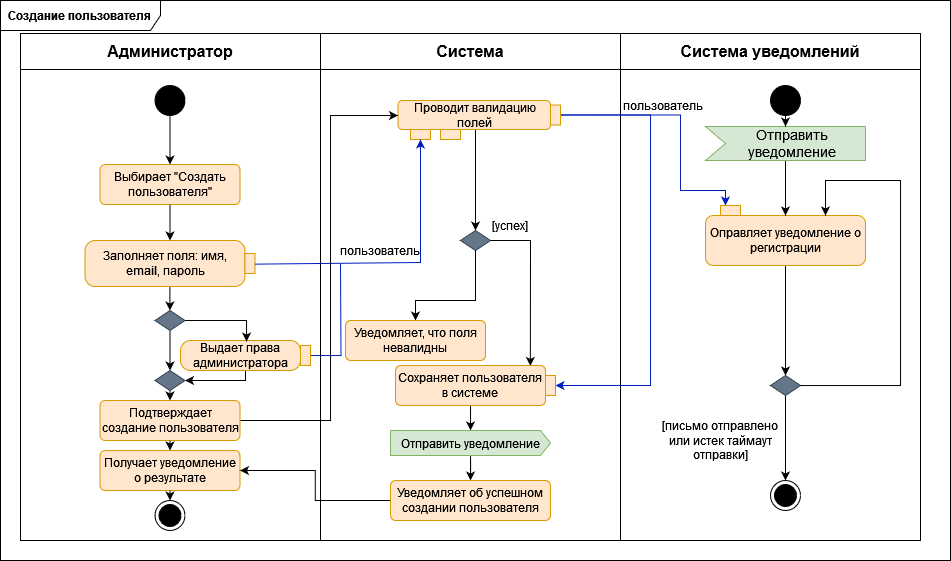
Above: docs/activity_diagrams/create_user.png in aVorotnikov/thunder_board (draw.io), before the change. Source tidied: cells renumbered, new cells last; positions are measured from the earlier drawing's top-left corner, leaving out a move shared by most shapes.
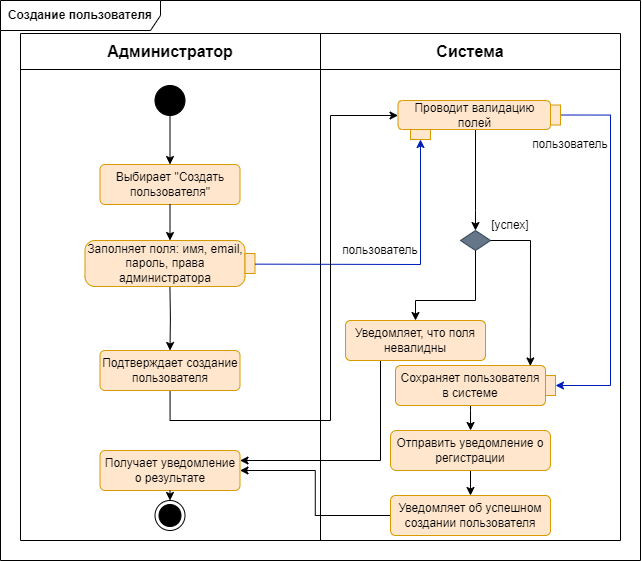
After the change.

Change to the diagram source:
```diff
@@ -3,13 +3,13 @@
     <mxCell id="0" />
     <mxCell id="1" parent="0" />
     <mxCell id="2" value="&lt;b&gt;Создание пользователя&lt;br&gt;&lt;/b&gt;" style="shape=umlFrame;whiteSpace=wrap;html=1;width=160;" parent="1" vertex="1">
-      <mxGeometry width="950" height="560" as="geometry" />
+      <mxGeometry width="640" height="560" as="geometry" />
     </mxCell>
     <mxCell id="3" style="shape=table;startSize=0;fontSize=16;" parent="2" vertex="1">
-      <mxGeometry x="20" y="33" width="900" height="507" as="geometry" />
+      <mxGeometry x="20" y="33" width="600" height="507" as="geometry" />
     </mxCell>
     <mxCell id="4" style="shape=tableRow;horizontal=0;startSize=0;swimlaneHead=0;swimlaneBody=0;strokeColor=inherit;top=0;left=0;bottom=0;right=0;fillColor=none;fontSize=16;" parent="3" vertex="1">
-      <mxGeometry width="900" height="36" as="geometry" />
+      <mxGeometry width="600" height="36" as="geometry" />
     </mxCell>
     <mxCell id="5" value="&lt;b&gt;Администратор&lt;/b&gt;" style="shape=partialRectangle;html=1;whiteSpace=wrap;strokeColor=inherit;overflow=hidden;fillColor=none;top=0;left=0;bottom=0;right=0;fontSize=16;" parent="4" vertex="1">
       <mxGeometry width="300" height="36" as="geometry" />
@@ -17,11 +17,8 @@
     <mxCell id="6" value="&lt;b&gt;Система&lt;/b&gt;" style="shape=partialRectangle;html=1;whiteSpace=wrap;strokeColor=inherit;overflow=hidden;fillColor=none;top=0;left=0;bottom=0;right=0;fontSize=16;" parent="4" vertex="1">
       <mxGeometry x="300" width="300" height="36" as="geometry" />
     </mxCell>
-    <mxCell id="7" value="&lt;b&gt;Система уведомлений&lt;/b&gt;" style="shape=partialRectangle;html=1;whiteSpace=wrap;strokeColor=inherit;overflow=hidden;fillColor=none;top=0;left=0;bottom=0;right=0;fontSize=16;" parent="4" vertex="1">
-      <mxGeometry x="600" width="300" height="36" as="geometry" />
-    </mxCell>
     <mxCell id="8" style="shape=tableRow;horizontal=0;startSize=0;swimlaneHead=0;swimlaneBody=0;strokeColor=inherit;top=0;left=0;bottom=0;right=0;fillColor=none;fontSize=16;" parent="3" vertex="1">
-      <mxGeometry y="36" width="900" height="471" as="geometry" />
+      <mxGeometry y="36" width="600" height="471" as="geometry" />
     </mxCell>
     <mxCell id="9" style="shape=partialRectangle;html=1;whiteSpace=wrap;strokeColor=inherit;overflow=hidden;fillColor=none;top=0;left=0;bottom=0;right=0;fontSize=16;" parent="8" vertex="1">
       <mxGeometry width="300" height="471" as="geometry" />
@@ -29,26 +26,18 @@
     <mxCell id="10" style="shape=partialRectangle;html=1;whiteSpace=wrap;strokeColor=inherit;overflow=hidden;fillColor=none;top=0;left=0;bottom=0;right=0;fontSize=16;" parent="8" vertex="1">
       <mxGeometry x="300" width="300" height="471" as="geometry" />
     </mxCell>
-    <mxCell id="11" style="shape=partialRectangle;html=1;whiteSpace=wrap;strokeColor=inherit;overflow=hidden;fillColor=none;top=0;left=0;bottom=0;right=0;fontSize=16;" parent="8" vertex="1">
-      <mxGeometry x="600" width="300" height="471" as="geometry" />
-    </mxCell>
     <mxCell id="12" style="ellipse;fillColor=strokeColor;html=1;" parent="2" vertex="1">
       <mxGeometry x="154.5" y="85" width="30" height="30" as="geometry" />
     </mxCell>
     <mxCell id="13" style="ellipse;html=1;shape=endState;fillColor=strokeColor;" parent="2" vertex="1">
       <mxGeometry x="154.5" y="500" width="30" height="30" as="geometry" />
     </mxCell>
-    <mxCell id="14" style="edgeStyle=orthogonalEdgeStyle;rounded=0;orthogonalLoop=1;jettySize=auto;html=1;" parent="2" edge="1">
+    <mxCell id="14" style="edgeStyle=orthogonalEdgeStyle;rounded=0;jettySize=auto;html=1;entryX=0.5;entryY=0;entryDx=0;entryDy=0;" parent="2" edge="1" target="57">
       <mxGeometry relative="1" as="geometry">
         <mxPoint x="169.4" y="284.2" as="sourcePoint" />
-        <mxPoint x="169.4" y="310" as="targetPoint" />
-        <Array as="points">
-          <mxPoint x="169.4" y="289.7" />
-          <mxPoint x="169.4" y="289.7" />
-        </Array>
       </mxGeometry>
     </mxCell>
-    <mxCell id="15" value="Заполняет поля: имя, email, пароль" style="shape=mxgraph.uml25.action;html=1;align=center;verticalAlign=middle;absoluteArcSize=1;arcSize=10;dashed=0;spacingRight=10;whiteSpace=wrap;fillColor=#ffe6cc;strokeColor=#d79b00;" parent="2" vertex="1">
+    <mxCell id="15" value="Заполняет поля: имя, email, пароль, права администратора" style="shape=mxgraph.uml25.action;html=1;align=center;verticalAlign=middle;absoluteArcSize=1;arcSize=10;dashed=0;spacingRight=10;whiteSpace=wrap;fillColor=#ffe6cc;strokeColor=#d79b00;" parent="2" vertex="1">
       <mxGeometry x="84.5" y="240" width="170" height="46" as="geometry" />
     </mxCell>
     <mxCell id="16" style="edgeStyle=orthogonalEdgeStyle;rounded=0;jettySize=auto;html=1;entryX=0.5;entryY=0;entryDx=0;entryDy=0;" parent="2" edge="1" source="17" target="23">
@@ -68,25 +57,20 @@
     <mxCell id="19" style="endArrow=classic;html=1;rounded=0;entryX=0.5;entryY=1;entryDx=0;entryDy=0;exitX=1;exitY=0.514;exitDx=0;exitDy=0;exitPerimeter=0;fillColor=#0050ef;strokeColor=#001DBC;" parent="2" edge="1" source="15" target="18">
       <mxGeometry relative="1" as="geometry">
         <Array as="points">
-          <mxPoint x="420" y="262" />
+          <mxPoint x="420" y="264" />
         </Array>
       </mxGeometry>
     </mxCell>
-    <mxCell id="20" style="edgeStyle=orthogonalEdgeStyle;rounded=0;jettySize=auto;html=1;" parent="2" edge="1" target="22">
+    <mxCell id="20" style="edgeStyle=orthogonalEdgeStyle;rounded=0;orthogonalLoop=1;jettySize=auto;html=1;" parent="2" edge="1">
       <mxGeometry relative="1" as="geometry">
         <mxPoint x="470" y="400" as="sourcePoint" />
+        <mxPoint x="470.1" y="430" as="targetPoint" />
         <Array as="points">
           <mxPoint x="470" y="410" />
           <mxPoint x="470" y="410" />
         </Array>
       </mxGeometry>
     </mxCell>
-    <mxCell id="21" style="edgeStyle=orthogonalEdgeStyle;rounded=0;jettySize=auto;html=1;" parent="2" edge="1" source="22" target="65">
-      <mxGeometry relative="1" as="geometry" />
-    </mxCell>
-    <mxCell id="22" value="Отправить уведомление" style="html=1;shadow=0;dashed=0;align=center;verticalAlign=middle;shape=mxgraph.arrows2.arrow;dy=0;dx=10;notch=0;fillColor=#d5e8d4;strokeColor=#82b366;" parent="2" vertex="1">
-      <mxGeometry x="390" y="430" width="160" height="25" as="geometry" />
-    </mxCell>
     <mxCell id="23" style="rhombus;whiteSpace=wrap;html=1;fillColor=#647687;fontColor=#ffffff;strokeColor=#314354;" parent="2" vertex="1">
       <mxGeometry x="460" y="230" width="30" height="20" as="geometry" />
     </mxCell>
@@ -98,11 +82,11 @@
         </Array>
       </mxGeometry>
     </mxCell>
-    <mxCell id="25" style="edgeStyle=orthogonalEdgeStyle;rounded=0;jettySize=auto;html=1;" parent="2" edge="1" source="26" target="30">
-      <mxGeometry relative="1" as="geometry" />
-    </mxCell>
+    <mxCell id="67" style="edgeStyle=orthogonalEdgeStyle;rounded=0;jettySize=auto;html=1;entryX=0.5;entryY=0;entryDx=0;entryDy=0;" parent="2" edge="1" source="26" target="65">
+      <mxGeometry relative="1" as="geometry" />
+    </mxCell>
-    <mxCell id="26" value="Оправляет уведомление о регистрации" style="rounded=1;whiteSpace=wrap;html=1;fillColor=#ffe6cc;strokeColor=#d79b00;" parent="2" vertex="1">
-      <mxGeometry x="705" y="215" width="160" height="50" as="geometry" />
+    <mxCell id="26" value="Отправить уведомление о регистрации" style="rounded=1;whiteSpace=wrap;html=1;fillColor=#ffe6cc;strokeColor=#d79b00;" parent="2" vertex="1">
+      <mxGeometry x="390" y="430" width="160" height="40" as="geometry" />
     </mxCell>
     <mxCell id="27" style="endArrow=classic;html=1;rounded=0;exitX=1;exitY=0.5;exitDx=0;exitDy=0;entryX=0.899;entryY=0.011;entryDx=0;entryDy=0;entryPerimeter=0;" parent="2" edge="1" source="23" target="63">
       <mxGeometry relative="1" as="geometry">
@@ -114,86 +98,22 @@
     <mxCell id="28" value="[успех]" style="text;html=1;strokeColor=none;fillColor=none;align=center;verticalAlign=middle;whiteSpace=wrap;rounded=0;" parent="2" vertex="1">
       <mxGeometry x="480" y="210" width="60" height="30" as="geometry" />
     </mxCell>
-    <mxCell id="29" style="edgeStyle=orthogonalEdgeStyle;rounded=0;jettySize=auto;html=1;" parent="2" edge="1" source="30" target="54">
-      <mxGeometry relative="1" as="geometry" />
-    </mxCell>
-    <mxCell id="30" style="rhombus;whiteSpace=wrap;html=1;fillColor=#647687;fontColor=#ffffff;strokeColor=#314354;" parent="2" vertex="1">
-      <mxGeometry x="770" y="375" width="30" height="20" as="geometry" />
-    </mxCell>
-    <mxCell id="31" style="edgeStyle=orthogonalEdgeStyle;rounded=0;jettySize=auto;html=1;entryX=0.75;entryY=0;entryDx=0;entryDy=0;" parent="2" edge="1" source="30" target="26">
-      <mxGeometry relative="1" as="geometry">
-        <Array as="points">
-          <mxPoint x="900" y="385" />
-          <mxPoint x="900" y="180" />
-          <mxPoint x="825" y="180" />
-        </Array>
-      </mxGeometry>
-    </mxCell>
-    <mxCell id="32" value="[письмо отправлено или истек таймаут отправки]" style="text;html=1;strokeColor=none;fillColor=none;align=center;verticalAlign=middle;whiteSpace=wrap;rounded=0;" parent="2" vertex="1">
-      <mxGeometry x="650" y="425" width="140" height="30" as="geometry" />
-    </mxCell>
-    <mxCell id="33" style="edgeStyle=orthogonalEdgeStyle;rounded=0;jettySize=auto;html=1;" parent="2" edge="1" source="34" target="40">
-      <mxGeometry relative="1" as="geometry" />
-    </mxCell>
-    <mxCell id="34" style="rhombus;whiteSpace=wrap;html=1;fillColor=#647687;fontColor=#ffffff;strokeColor=#314354;" parent="2" vertex="1">
-      <mxGeometry x="154.5" y="310" width="30" height="20" as="geometry" />
-    </mxCell>
-    <mxCell id="35" style="edgeStyle=orthogonalEdgeStyle;rounded=0;jettySize=auto;html=1;entryX=1;entryY=0.5;entryDx=0;entryDy=0;" parent="2" edge="1" source="37" target="40">
-      <mxGeometry relative="1" as="geometry">
-        <Array as="points">
-          <mxPoint x="245" y="380" />
-        </Array>
-      </mxGeometry>
-    </mxCell>
-    <mxCell id="36" style="edgeStyle=orthogonalEdgeStyle;rounded=0;jettySize=auto;html=1;endArrow=none;endFill=0;fillColor=#0050ef;strokeColor=#001DBC;" parent="2" edge="1" source="37">
-      <mxGeometry relative="1" as="geometry">
-        <mxPoint x="340" y="263" as="targetPoint" />
-      </mxGeometry>
-    </mxCell>
-    <mxCell id="37" value="Выдает права администратора" style="shape=mxgraph.uml25.action;html=1;align=center;verticalAlign=middle;absoluteArcSize=1;arcSize=10;dashed=0;spacingRight=10;whiteSpace=wrap;fillColor=#ffe6cc;strokeColor=#d79b00;" parent="2" vertex="1">
-      <mxGeometry x="180" y="340" width="130" height="30" as="geometry" />
-    </mxCell>
-    <mxCell id="38" style="edgeStyle=orthogonalEdgeStyle;rounded=0;jettySize=auto;html=1;entryX=0.508;entryY=0.036;entryDx=0;entryDy=0;entryPerimeter=0;" parent="2" edge="1" source="34" target="37">
-      <mxGeometry relative="1" as="geometry">
-        <Array as="points">
-          <mxPoint x="246" y="320" />
-        </Array>
-      </mxGeometry>
-    </mxCell>
-    <mxCell id="39" style="rounded=0;whiteSpace=wrap;html=1;fillColor=#ffe6cc;strokeColor=#d79b00;rotation=0;" parent="2" vertex="1">
-      <mxGeometry x="440" y="129" width="20" height="10" as="geometry" />
-    </mxCell>
-    <mxCell id="40" style="rhombus;whiteSpace=wrap;html=1;fillColor=#647687;fontColor=#ffffff;strokeColor=#314354;" parent="2" vertex="1">
-      <mxGeometry x="154.5" y="370" width="30" height="20" as="geometry" />
-    </mxCell>
     <mxCell id="41" value="пользователь" style="text;html=1;strokeColor=none;fillColor=none;align=center;verticalAlign=middle;whiteSpace=wrap;rounded=0;" parent="2" vertex="1">
       <mxGeometry x="350" y="235" width="60" height="30" as="geometry" />
     </mxCell>
-    <mxCell id="42" style="edgeStyle=orthogonalEdgeStyle;rounded=0;jettySize=auto;html=1;entryX=0.25;entryY=0;entryDx=0;entryDy=0;fillColor=#0050ef;strokeColor=#001DBC;" parent="2" edge="1" source="44" target="45">
-      <mxGeometry relative="1" as="geometry">
-        <Array as="points">
-          <mxPoint x="680" y="115" />
-          <mxPoint x="680" y="190" />
-          <mxPoint x="725" y="190" />
-        </Array>
-      </mxGeometry>
-    </mxCell>
     <mxCell id="43" style="edgeStyle=orthogonalEdgeStyle;rounded=0;jettySize=auto;html=1;entryX=0.5;entryY=1;entryDx=0;entryDy=0;fillColor=#0050ef;strokeColor=#001DBC;" parent="2" edge="1" source="44" target="66">
       <mxGeometry relative="1" as="geometry">
         <Array as="points">
-          <mxPoint x="650" y="114" />
-          <mxPoint x="650" y="385" />
+          <mxPoint x="610" y="114" />
+          <mxPoint x="610" y="385" />
         </Array>
       </mxGeometry>
     </mxCell>
     <mxCell id="44" style="rounded=0;whiteSpace=wrap;html=1;fillColor=#ffe6cc;strokeColor=#d79b00;rotation=-90;" parent="2" vertex="1">
       <mxGeometry x="545" y="109.5" width="20" height="10" as="geometry" />
     </mxCell>
-    <mxCell id="45" style="rounded=0;whiteSpace=wrap;html=1;fillColor=#ffe6cc;strokeColor=#d79b00;" parent="2" vertex="1">
-      <mxGeometry x="720" y="205" width="20" height="10" as="geometry" />
-    </mxCell>
     <mxCell id="46" value="пользователь" style="text;html=1;strokeColor=none;fillColor=none;align=center;verticalAlign=middle;whiteSpace=wrap;rounded=0;" parent="2" vertex="1">
-      <mxGeometry x="633" y="89.5" width="60" height="30" as="geometry" />
+      <mxGeometry x="540" y="129" width="60" height="30" as="geometry" />
     </mxCell>
     <mxCell id="47" value="Выбирает &quot;Создать пользователя&quot;" style="html=1;align=center;verticalAlign=middle;rounded=1;absoluteArcSize=1;arcSize=10;dashed=0;whiteSpace=wrap;fillColor=#ffe6cc;strokeColor=#d79b00;" parent="2" vertex="1">
       <mxGeometry x="99.5" y="164" width="140" height="40" as="geometry" />
@@ -204,26 +124,6 @@
     <mxCell id="49" style="endArrow=classic;html=1;rounded=0;exitX=0.5;exitY=1;exitDx=0;exitDy=0;entryX=0.5;entryY=0;entryDx=0;entryDy=0;" parent="2" edge="1" source="12" target="47">
       <mxGeometry relative="1" as="geometry" />
     </mxCell>
-    <mxCell id="50" style="endArrow=classic;html=1;rounded=0;exitX=0.5;exitY=1;exitDx=0;exitDy=0;entryX=0;entryY=0;entryDx=75;entryDy=0;entryPerimeter=0;" parent="2" edge="1" source="x">
-      <mxGeometry relative="1" as="geometry">
-        <mxPoint x="470" y="126" as="targetPoint" />
-      </mxGeometry>
-    </mxCell>
-    <mxCell id="51" style="ellipse;fillColor=strokeColor;html=1;" parent="2" vertex="1">
-      <mxGeometry x="770" y="85" width="30" height="30" as="geometry" />
-    </mxCell>
-    <mxCell id="52" style="edgeStyle=orthogonalEdgeStyle;rounded=0;jettySize=auto;html=1;entryX=0.5;entryY=0;entryDx=0;entryDy=0;" parent="2" edge="1" source="53" target="26">
-      <mxGeometry relative="1" as="geometry" />
-    </mxCell>
-    <mxCell id="53" value="Отправить уведомление" style="html=1;shape=mxgraph.infographic.ribbonSimple;notch1=20;notch2=0;align=center;verticalAlign=middle;fontSize=14;fontStyle=0;fillColor=#d5e8d4;flipH=0;spacingRight=0;spacingLeft=14;whiteSpace=wrap;strokeColor=#82b366;" parent="2" vertex="1">
-      <mxGeometry x="705" y="126" width="160" height="34" as="geometry" />
-    </mxCell>
-    <mxCell id="54" style="ellipse;html=1;shape=endState;fillColor=strokeColor;" parent="2" vertex="1">
-      <mxGeometry x="770" y="480" width="30" height="30" as="geometry" />
-    </mxCell>
-    <mxCell id="55" style="endArrow=classic;html=1;rounded=0;exitX=0.5;exitY=1;exitDx=0;exitDy=0;entryX=0;entryY=0;entryDx=80;entryDy=0;entryPerimeter=0;" parent="2" edge="1" source="51" target="53">
-      <mxGeometry relative="1" as="geometry" />
-    </mxCell>
     <mxCell id="56" style="edgeStyle=orthogonalEdgeStyle;rounded=0;jettySize=auto;html=1;entryX=0;entryY=0.5;entryDx=0;entryDy=0;" parent="2" edge="1" source="57" target="17">
       <mxGeometry relative="1" as="geometry">
         <Array as="points">
@@ -234,20 +134,17 @@
       </mxGeometry>
     </mxCell>
     <mxCell id="57" value="Подтверждает создание пользователя" style="html=1;align=center;verticalAlign=middle;rounded=1;absoluteArcSize=1;arcSize=10;dashed=0;whiteSpace=wrap;fillColor=#ffe6cc;strokeColor=#d79b00;" parent="2" vertex="1">
-      <mxGeometry x="99.5" y="400" width="140" height="40" as="geometry" />
+      <mxGeometry x="99.5" y="350" width="140" height="40" as="geometry" />
     </mxCell>
     <mxCell id="58" value="Получает уведомление о результате" style="html=1;align=center;verticalAlign=middle;rounded=1;absoluteArcSize=1;arcSize=10;dashed=0;whiteSpace=wrap;fillColor=#ffe6cc;strokeColor=#d79b00;" parent="2" vertex="1">
       <mxGeometry x="99.5" y="450" width="140" height="40" as="geometry" />
     </mxCell>
-    <mxCell id="59" style="endArrow=classic;html=1;rounded=0;exitX=0.5;exitY=1;exitDx=0;exitDy=0;entryX=0.5;entryY=0;entryDx=0;entryDy=0;" parent="2" edge="1" source="40" target="57">
-      <mxGeometry relative="1" as="geometry" />
-    </mxCell>
-    <mxCell id="60" style="endArrow=classic;html=1;rounded=0;exitX=0.5;exitY=1;exitDx=0;exitDy=0;entryX=0.5;entryY=0;entryDx=0;entryDy=0;" parent="2" edge="1" source="57" target="58">
-      <mxGeometry relative="1" as="geometry" />
-    </mxCell>
     <mxCell id="61" style="endArrow=classic;html=1;rounded=0;exitX=0.5;exitY=1;exitDx=0;exitDy=0;entryX=0.5;entryY=0;entryDx=0;entryDy=0;" parent="2" edge="1" source="58" target="13">
       <mxGeometry relative="1" as="geometry" />
     </mxCell>
+    <mxCell id="68" style="edgeStyle=orthogonalEdgeStyle;rounded=0;jettySize=auto;html=1;exitX=0.25;exitY=1;exitDx=0;exitDy=0;entryX=1;entryY=0.25;entryDx=0;entryDy=0;" parent="2" edge="1" source="62" target="58">
+      <mxGeometry relative="1" as="geometry" />
+    </mxCell>
     <mxCell id="62" value="Уведомляет, что поля невалидны" style="html=1;align=center;verticalAlign=middle;rounded=1;absoluteArcSize=1;arcSize=10;dashed=0;whiteSpace=wrap;fillColor=#ffe6cc;strokeColor=#d79b00;" parent="2" vertex="1">
       <mxGeometry x="345" y="320" width="140" height="40" as="geometry" />
     </mxCell>
@@ -258,7 +155,7 @@
       <mxGeometry relative="1" as="geometry" />
     </mxCell>
     <mxCell id="65" value="Уведомляет об успешном создании пользователя" style="html=1;align=center;verticalAlign=middle;rounded=1;absoluteArcSize=1;arcSize=10;dashed=0;whiteSpace=wrap;fillColor=#ffe6cc;strokeColor=#d79b00;" parent="2" vertex="1">
-      <mxGeometry x="390" y="480" width="160" height="40" as="geometry" />
+      <mxGeometry x="390" y="495" width="160" height="40" as="geometry" />
     </mxCell>
     <mxCell id="66" style="rounded=0;whiteSpace=wrap;html=1;fillColor=#ffe6cc;strokeColor=#d79b00;rotation=-90;" parent="2" vertex="1">
       <mxGeometry x="540" y="380" width="20" height="10" as="geometry" />
```
